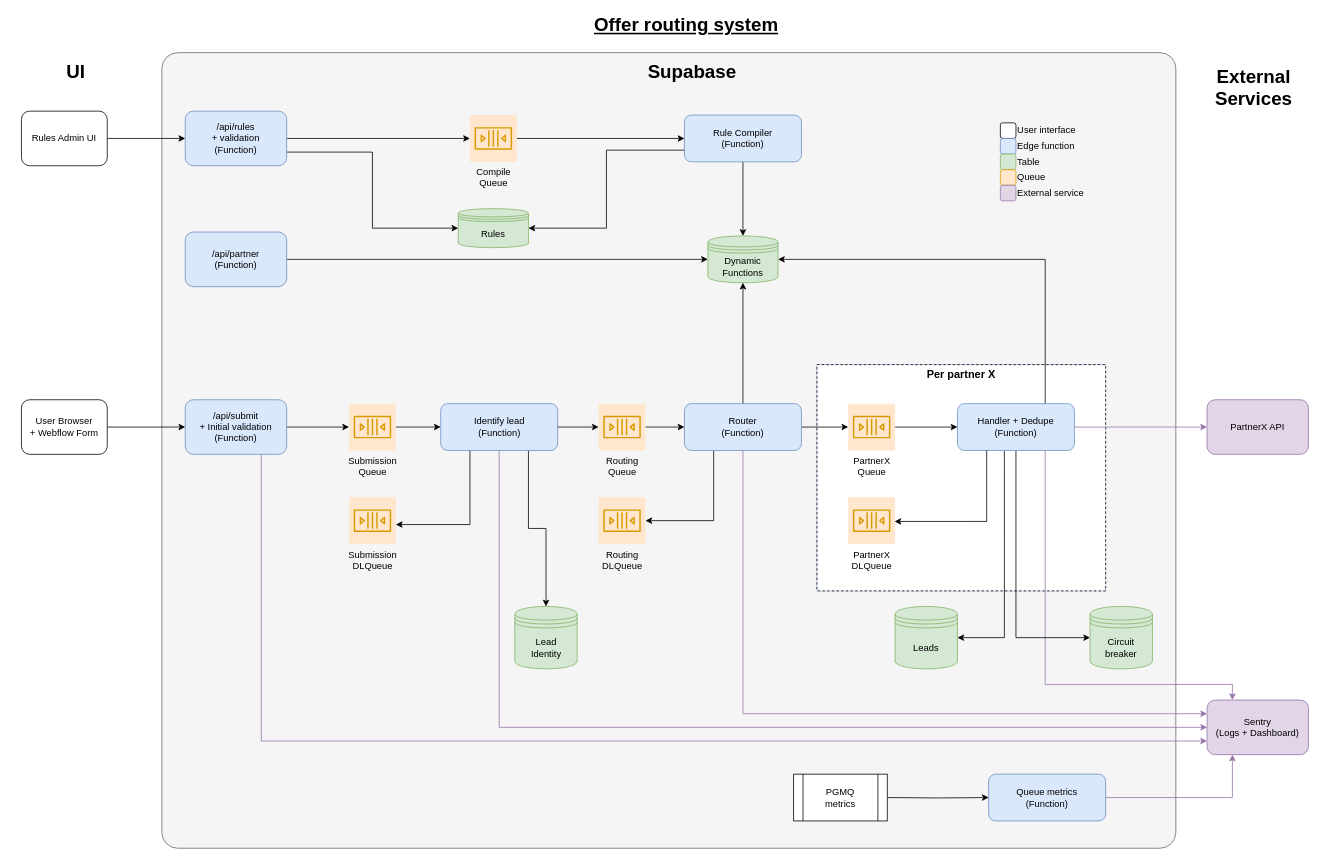
Before: design.drawio in SamuelHerrera/offer-routing-system, a draw.io diagram. Source tidied: cells renumbered, new cells numbered last; positions are measured from the earlier drawing's top-left corner, leaving out a move shared by most shapes. Both pictures are drawn from the tidied source at 78%, with x=0, y=0 at pixel (13, 13).
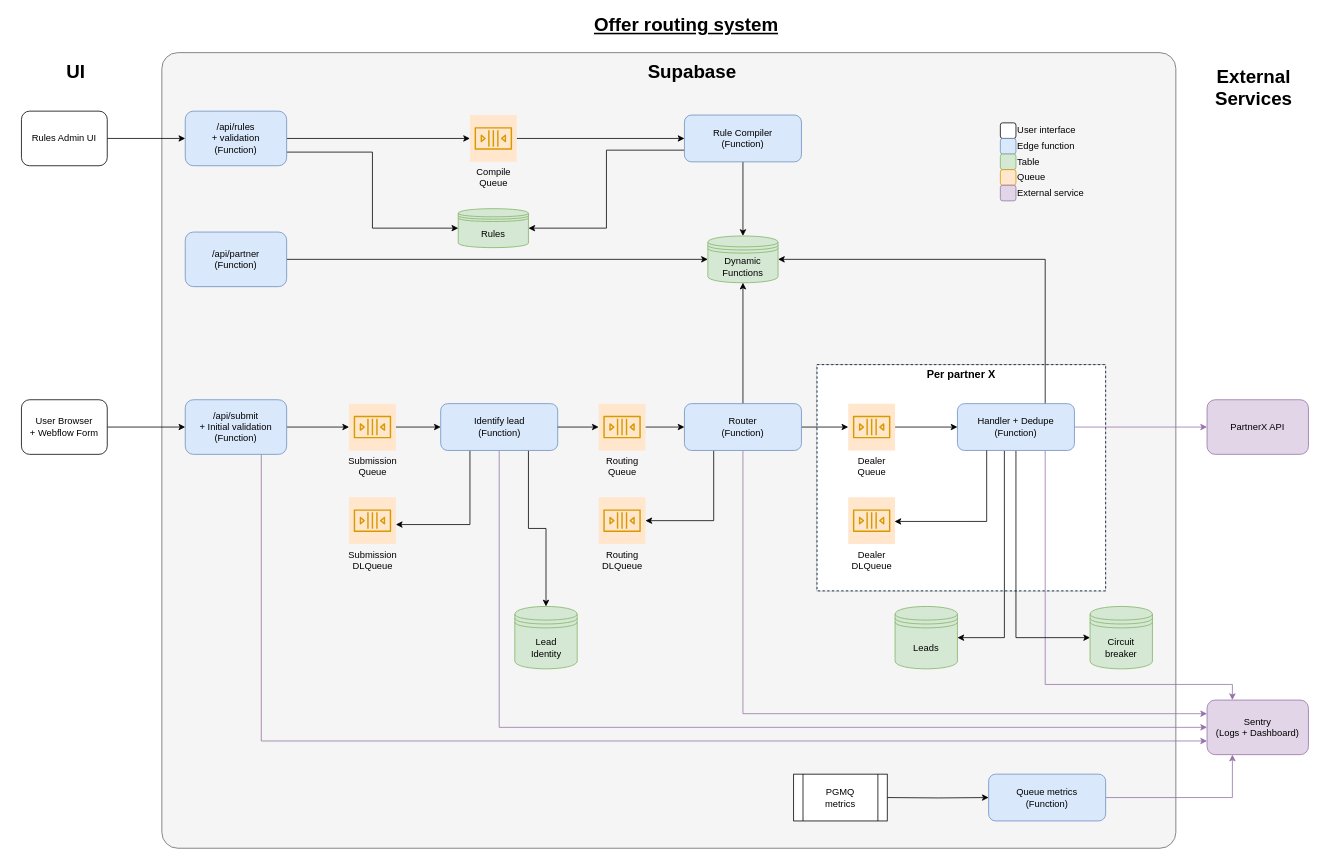
Above is the later version.

The edit, as a diff of the source:
```diff
@@
-    <mxCell id="35" value="PartnerX&lt;br&gt;&lt;div&gt;Queue&lt;/div&gt;" style="sketch=0;outlineConnect=0;strokeColor=#d79b00;fillColor=#ffe6cc;dashed=0;verticalLabelPosition=bottom;verticalAlign=top;align=center;html=1;fontSize=12;fontStyle=0;shape=mxgraph.aws4.resourceIcon;resIcon=mxgraph.aws4.queue;" parent="1" vertex="1">
+    <mxCell id="35" value="Dealer&lt;br&gt;&lt;div&gt;Queue&lt;/div&gt;" style="sketch=0;outlineConnect=0;strokeColor=#d79b00;fillColor=#ffe6cc;dashed=0;verticalLabelPosition=bottom;verticalAlign=top;align=center;html=1;fontSize=12;fontStyle=0;shape=mxgraph.aws4.resourceIcon;resIcon=mxgraph.aws4.queue;" parent="1" vertex="1">
       <mxGeometry x="1070" y="500" width="60" height="60" as="geometry" />
     </mxCell>
-    <mxCell id="36" value="PartnerX&lt;div&gt;DLQueue&lt;/div&gt;" style="sketch=0;outlineConnect=0;strokeColor=#d79b00;fillColor=#ffe6cc;dashed=0;verticalLabelPosition=bottom;verticalAlign=top;align=center;html=1;fontSize=12;fontStyle=0;shape=mxgraph.aws4.resourceIcon;resIcon=mxgraph.aws4.queue;" parent="1" vertex="1">
+    <mxCell id="36" value="Dealer&lt;br&gt;&lt;div&gt;DLQueue&lt;/div&gt;" style="sketch=0;outlineConnect=0;strokeColor=#d79b00;fillColor=#ffe6cc;dashed=0;verticalLabelPosition=bottom;verticalAlign=top;align=center;html=1;fontSize=12;fontStyle=0;shape=mxgraph.aws4.resourceIcon;resIcon=mxgraph.aws4.queue;" parent="1" vertex="1">
       <mxGeometry x="1070" y="620" width="60" height="60" as="geometry" />
     </mxCell>
```
